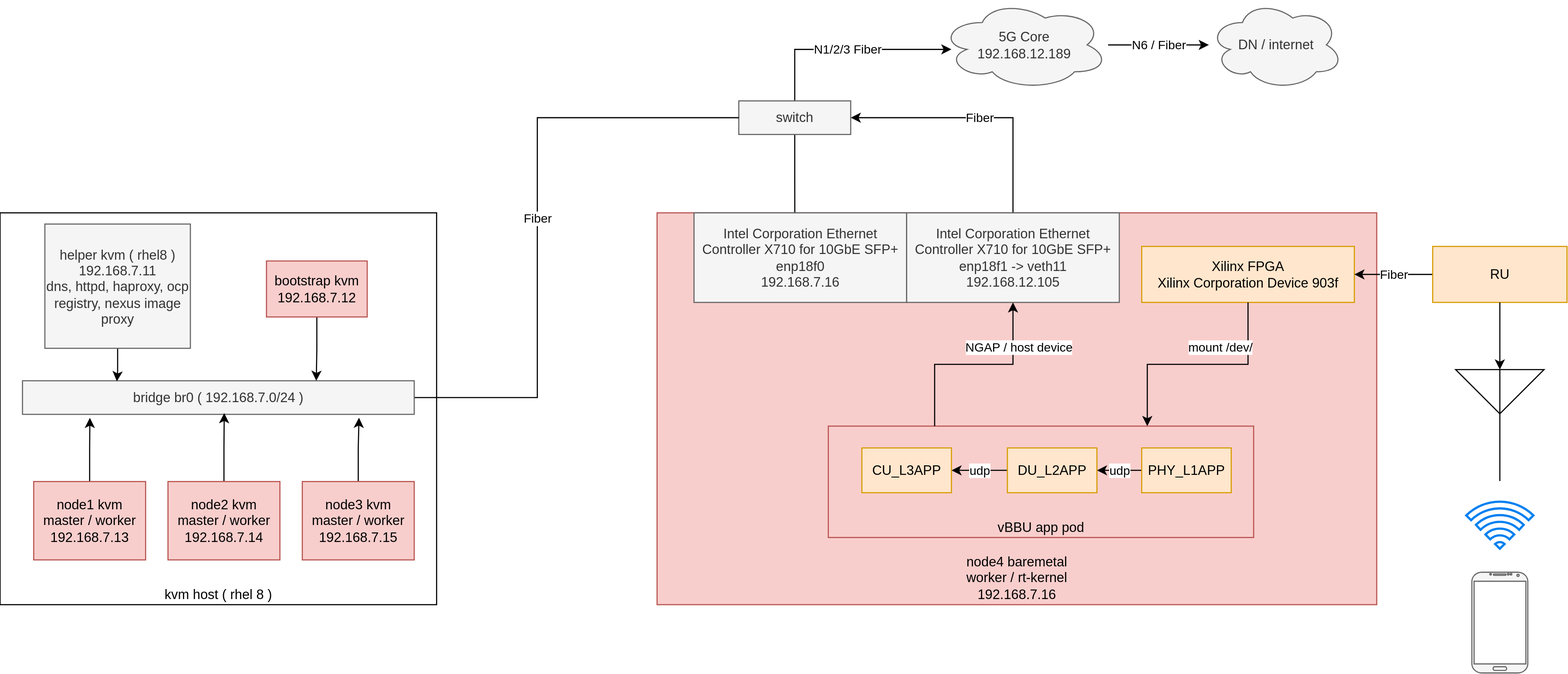
Before: redhat/ocp4/4.7/dia/4.7.real-time.kernel.drawio.svg, a diagram exported from draw.io (wangzheng422/docker_env). Source tidied: cells renumbered, new cells last; positions are measured from the earlier drawing's top-left corner, leaving out a move shared by most shapes. The source it was exported from:
```xml
<mxGraphModel>
  <root>
    <mxCell id="0" />
    <mxCell id="1" parent="0" />
    <mxCell id="2" value="kvm host ( rhel 8 )" style="rounded=0;whiteSpace=wrap;html=1;verticalAlign=bottom;" parent="1" vertex="1">
      <mxGeometry y="190" width="390" height="350" as="geometry" />
    </mxCell>
    <mxCell id="3" value="node4 baremetal&lt;br&gt;worker / rt-kernel&lt;br&gt;192.168.7.16" style="rounded=0;whiteSpace=wrap;html=1;verticalAlign=bottom;fillColor=#f8cecc;strokeColor=#b85450;" parent="1" vertex="1">
      <mxGeometry x="587" y="190" width="643" height="350" as="geometry" />
    </mxCell>
    <mxCell id="4" value="vBBU app pod" style="rounded=0;whiteSpace=wrap;html=1;verticalAlign=bottom;fillColor=#f8cecc;strokeColor=#b85450;" parent="1" vertex="1">
      <mxGeometry x="740" y="380.5" width="380" height="99.5" as="geometry" />
    </mxCell>
    <mxCell id="5" value="N6 / Fiber" style="edgeStyle=orthogonalEdgeStyle;rounded=0;jettySize=auto;html=1;" parent="1" edge="1" source="6" target="22">
      <mxGeometry relative="1" as="geometry" />
    </mxCell>
    <mxCell id="6" value="5G Core&lt;br&gt;192.168.12.189" style="ellipse;shape=cloud;whiteSpace=wrap;html=1;fillColor=#f5f5f5;strokeColor=#666666;fontColor=#333333;" parent="1" vertex="1">
      <mxGeometry x="840" width="150" height="80" as="geometry" />
    </mxCell>
    <mxCell id="7" value="Fiber" style="edgeStyle=orthogonalEdgeStyle;rounded=0;jettySize=auto;html=1;entryX=1;entryY=0.5;entryDx=0;entryDy=0;exitX=0.5;exitY=0;exitDx=0;exitDy=0;" parent="1" edge="1" source="26" target="10">
      <mxGeometry relative="1" as="geometry" />
    </mxCell>
    <mxCell id="8" style="edgeStyle=orthogonalEdgeStyle;rounded=0;jettySize=auto;html=1;entryX=0.474;entryY=0;entryDx=0;entryDy=0;entryPerimeter=0;endArrow=none;endFill=0;" parent="1" edge="1" source="10" target="25">
      <mxGeometry relative="1" as="geometry" />
    </mxCell>
    <mxCell id="9" value="N1/2/3 Fiber" style="edgeStyle=orthogonalEdgeStyle;rounded=0;jettySize=auto;html=1;endArrow=classic;endFill=1;" parent="1" edge="1" source="10">
      <mxGeometry relative="1" as="geometry">
        <mxPoint x="850" y="44" as="targetPoint" />
        <Array as="points">
          <mxPoint x="710" y="44" />
        </Array>
      </mxGeometry>
    </mxCell>
    <mxCell id="10" value="switch" style="rounded=0;whiteSpace=wrap;html=1;fillColor=#f5f5f5;strokeColor=#666666;fontColor=#333333;" parent="1" vertex="1">
      <mxGeometry x="660" y="90" width="100" height="30" as="geometry" />
    </mxCell>
    <mxCell id="11" value="Untitled Layer" parent="0" />
    <mxCell id="12" value="Fiber" style="edgeStyle=orthogonalEdgeStyle;rounded=0;jettySize=auto;html=1;endArrow=none;endFill=0;entryX=0;entryY=0.5;entryDx=0;entryDy=0;" parent="11" edge="1" source="13" target="10">
      <mxGeometry relative="1" as="geometry">
        <Array as="points">
          <mxPoint x="480" y="355" />
          <mxPoint x="480" y="105" />
        </Array>
      </mxGeometry>
    </mxCell>
    <mxCell id="13" value="bridge br0 ( 192.168.7.0/24 )" style="rounded=0;whiteSpace=wrap;html=1;fillColor=#f5f5f5;strokeColor=#666666;fontColor=#333333;" parent="11" vertex="1">
      <mxGeometry x="20" y="340" width="350" height="30" as="geometry" />
    </mxCell>
    <mxCell id="14" style="edgeStyle=orthogonalEdgeStyle;rounded=0;jettySize=auto;html=1;entryX=0.241;entryY=0.017;entryDx=0;entryDy=0;entryPerimeter=0;" parent="11" edge="1" source="15" target="13">
      <mxGeometry relative="1" as="geometry" />
    </mxCell>
    <mxCell id="15" value="helper kvm ( rhel8 )&lt;br&gt;192.168.7.11&lt;br&gt;dns, httpd, haproxy, ocp registry, nexus image proxy" style="rounded=0;whiteSpace=wrap;html=1;fillColor=#f5f5f5;strokeColor=#666666;fontColor=#333333;" parent="11" vertex="1">
      <mxGeometry x="40" y="200" width="130" height="111" as="geometry" />
    </mxCell>
    <mxCell id="16" style="edgeStyle=orthogonalEdgeStyle;rounded=0;jettySize=auto;html=1;entryX=0.75;entryY=0;entryDx=0;entryDy=0;" parent="11" edge="1" source="17" target="13">
      <mxGeometry relative="1" as="geometry" />
    </mxCell>
    <mxCell id="17" value="bootstrap kvm&lt;br&gt;192.168.7.12" style="rounded=0;whiteSpace=wrap;html=1;fillColor=#f8cecc;strokeColor=#b85450;" parent="11" vertex="1">
      <mxGeometry x="238" y="233" width="90" height="50" as="geometry" />
    </mxCell>
    <mxCell id="18" style="edgeStyle=orthogonalEdgeStyle;rounded=0;jettySize=auto;html=1;entryX=0.172;entryY=1.103;entryDx=0;entryDy=0;entryPerimeter=0;" parent="11" edge="1" source="19" target="13">
      <mxGeometry relative="1" as="geometry" />
    </mxCell>
    <mxCell id="19" value="node1 kvm&lt;br&gt;master / worker&lt;br&gt;192.168.7.13" style="rounded=0;whiteSpace=wrap;html=1;fillColor=#f8cecc;strokeColor=#b85450;" parent="11" vertex="1">
      <mxGeometry x="30" y="430" width="100" height="70" as="geometry" />
    </mxCell>
    <mxCell id="20" style="edgeStyle=orthogonalEdgeStyle;rounded=0;jettySize=auto;html=1;entryX=0.515;entryY=0.962;entryDx=0;entryDy=0;entryPerimeter=0;" parent="11" edge="1" source="21" target="13">
      <mxGeometry relative="1" as="geometry" />
    </mxCell>
    <mxCell id="21" value="node2 kvm&lt;br&gt;master / worker&lt;br&gt;192.168.7.14" style="rounded=0;whiteSpace=wrap;html=1;fillColor=#f8cecc;strokeColor=#b85450;" parent="11" vertex="1">
      <mxGeometry x="150" y="430" width="100" height="70" as="geometry" />
    </mxCell>
    <mxCell id="22" value="DN / internet" style="ellipse;shape=cloud;whiteSpace=wrap;html=1;fillColor=#f5f5f5;strokeColor=#666666;fontColor=#333333;" parent="11" vertex="1">
      <mxGeometry x="1080" width="120" height="80" as="geometry" />
    </mxCell>
    <mxCell id="23" style="edgeStyle=orthogonalEdgeStyle;rounded=0;jettySize=auto;html=1;entryX=0.859;entryY=1.1;entryDx=0;entryDy=0;entryPerimeter=0;" parent="11" edge="1" source="24" target="13">
      <mxGeometry relative="1" as="geometry" />
    </mxCell>
    <mxCell id="24" value="node3 kvm&lt;br&gt;master / worker&lt;br&gt;192.168.7.15" style="rounded=0;whiteSpace=wrap;html=1;fillColor=#f8cecc;strokeColor=#b85450;" parent="11" vertex="1">
      <mxGeometry x="270" y="430" width="100" height="70" as="geometry" />
    </mxCell>
    <mxCell id="25" value="Intel Corporation Ethernet Controller X710 for 10GbE SFP+&amp;nbsp;&lt;br&gt;&amp;nbsp; enp18f0&lt;br&gt;192.168.7.16" style="rounded=0;whiteSpace=wrap;html=1;fillColor=#f5f5f5;strokeColor=#666666;fontColor=#333333;" parent="11" vertex="1">
      <mxGeometry x="620" y="190" width="190" height="80" as="geometry" />
    </mxCell>
    <mxCell id="26" value="Intel Corporation Ethernet Controller X710 for 10GbE SFP+&amp;nbsp;&lt;br&gt;enp18f1 -&amp;gt; veth11&lt;br&gt;192.168.12.105" style="rounded=0;whiteSpace=wrap;html=1;fillColor=#f5f5f5;strokeColor=#666666;fontColor=#333333;" parent="11" vertex="1">
      <mxGeometry x="810" y="190" width="190" height="80" as="geometry" />
    </mxCell>
    <mxCell id="27" value="Xilinx FPGA&lt;br&gt;Xilinx Corporation Device 903f" style="rounded=0;whiteSpace=wrap;html=1;fillColor=#ffe6cc;strokeColor=#d79b00;" parent="11" vertex="1">
      <mxGeometry x="1020" y="220" width="190" height="50" as="geometry" />
    </mxCell>
    <mxCell id="28" value="NGAP / host device" style="edgeStyle=orthogonalEdgeStyle;rounded=0;jettySize=auto;html=1;entryX=0.5;entryY=1;entryDx=0;entryDy=0;exitX=0.25;exitY=0;exitDx=0;exitDy=0;" parent="11" edge="1" source="4" target="26">
      <mxGeometry x="0.56" y="-5" relative="1" as="geometry" />
    </mxCell>
    <mxCell id="29" value="mount /dev/" style="edgeStyle=orthogonalEdgeStyle;rounded=0;jettySize=auto;html=1;exitX=0.5;exitY=1;exitDx=0;exitDy=0;entryX=0.75;entryY=0;entryDx=0;entryDy=0;" parent="11" edge="1" source="27" target="4">
      <mxGeometry x="-0.2" y="-15" relative="1" as="geometry" />
    </mxCell>
    <mxCell id="30" value="udp" style="edgeStyle=orthogonalEdgeStyle;rounded=0;jettySize=auto;html=1;entryX=1;entryY=0.5;entryDx=0;entryDy=0;exitX=0;exitY=0.5;exitDx=0;exitDy=0;" parent="11" edge="1" source="31" target="33">
      <mxGeometry relative="1" as="geometry">
        <Array as="points">
          <mxPoint x="990" y="420" />
          <mxPoint x="990" y="420" />
        </Array>
      </mxGeometry>
    </mxCell>
    <mxCell id="31" value="PHY_L1APP" style="rounded=0;whiteSpace=wrap;html=1;verticalAlign=middle;fillColor=#ffe6cc;strokeColor=#d79b00;" parent="11" vertex="1">
      <mxGeometry x="1020" y="400" width="80" height="40" as="geometry" />
    </mxCell>
    <mxCell id="32" value="udp" style="edgeStyle=orthogonalEdgeStyle;rounded=0;jettySize=auto;html=1;entryX=1;entryY=0.5;entryDx=0;entryDy=0;exitX=0;exitY=0.5;exitDx=0;exitDy=0;" parent="11" edge="1" source="33" target="40">
      <mxGeometry relative="1" as="geometry">
        <Array as="points">
          <mxPoint x="870" y="420" />
          <mxPoint x="870" y="420" />
        </Array>
      </mxGeometry>
    </mxCell>
    <mxCell id="33" value="DU_L2APP" style="rounded=0;whiteSpace=wrap;html=1;verticalAlign=middle;fillColor=#ffe6cc;strokeColor=#d79b00;" parent="11" vertex="1">
      <mxGeometry x="900" y="400" width="80" height="40" as="geometry" />
    </mxCell>
    <mxCell id="34" style="verticalLabelPosition=bottom;verticalAlign=top;html=1;shadow=0;dashed=0;strokeWidth=1;shape=mxgraph.android.phone2;strokeColor=#666666;fillColor=#f5f5f5;fontColor=#333333;" parent="11" vertex="1">
      <mxGeometry x="1315" y="511" width="50" height="90" as="geometry" />
    </mxCell>
    <mxCell id="35" value="Fiber" style="edgeStyle=orthogonalEdgeStyle;rounded=0;jettySize=auto;html=1;entryX=1;entryY=0.5;entryDx=0;entryDy=0;" parent="11" edge="1" source="36" target="27">
      <mxGeometry relative="1" as="geometry" />
    </mxCell>
    <mxCell id="36" value="RU" style="rounded=0;whiteSpace=wrap;html=1;fillColor=#ffe6cc;strokeColor=#d79b00;" parent="11" vertex="1">
      <mxGeometry x="1280" y="220" width="120" height="50" as="geometry" />
    </mxCell>
    <mxCell id="37" style="edgeStyle=orthogonalEdgeStyle;rounded=0;jettySize=auto;html=1;" parent="11" edge="1" source="36">
      <mxGeometry relative="1" as="geometry">
        <mxPoint x="1340" y="330" as="targetPoint" />
      </mxGeometry>
    </mxCell>
    <mxCell id="38" style="verticalLabelPosition=bottom;shadow=0;dashed=0;align=center;html=1;verticalAlign=top;shape=mxgraph.electrical.radio.aerial_-_antenna_2;" parent="11" vertex="1">
      <mxGeometry x="1300.5" y="329.5" width="79" height="100" as="geometry" />
    </mxCell>
    <mxCell id="39" style="html=1;verticalLabelPosition=bottom;align=center;labelBackgroundColor=#ffffff;verticalAlign=top;strokeWidth=2;strokeColor=#0080F0;shadow=0;dashed=0;shape=mxgraph.ios7.icons.wifi;" parent="11" vertex="1">
      <mxGeometry x="1310" y="448" width="60" height="42" as="geometry" />
    </mxCell>
    <mxCell id="40" value="CU_L3APP" style="rounded=0;whiteSpace=wrap;html=1;verticalAlign=middle;fillColor=#ffe6cc;strokeColor=#d79b00;" parent="11" vertex="1">
      <mxGeometry x="770" y="400" width="80" height="40" as="geometry" />
    </mxCell>
  </root>
</mxGraphModel>
```
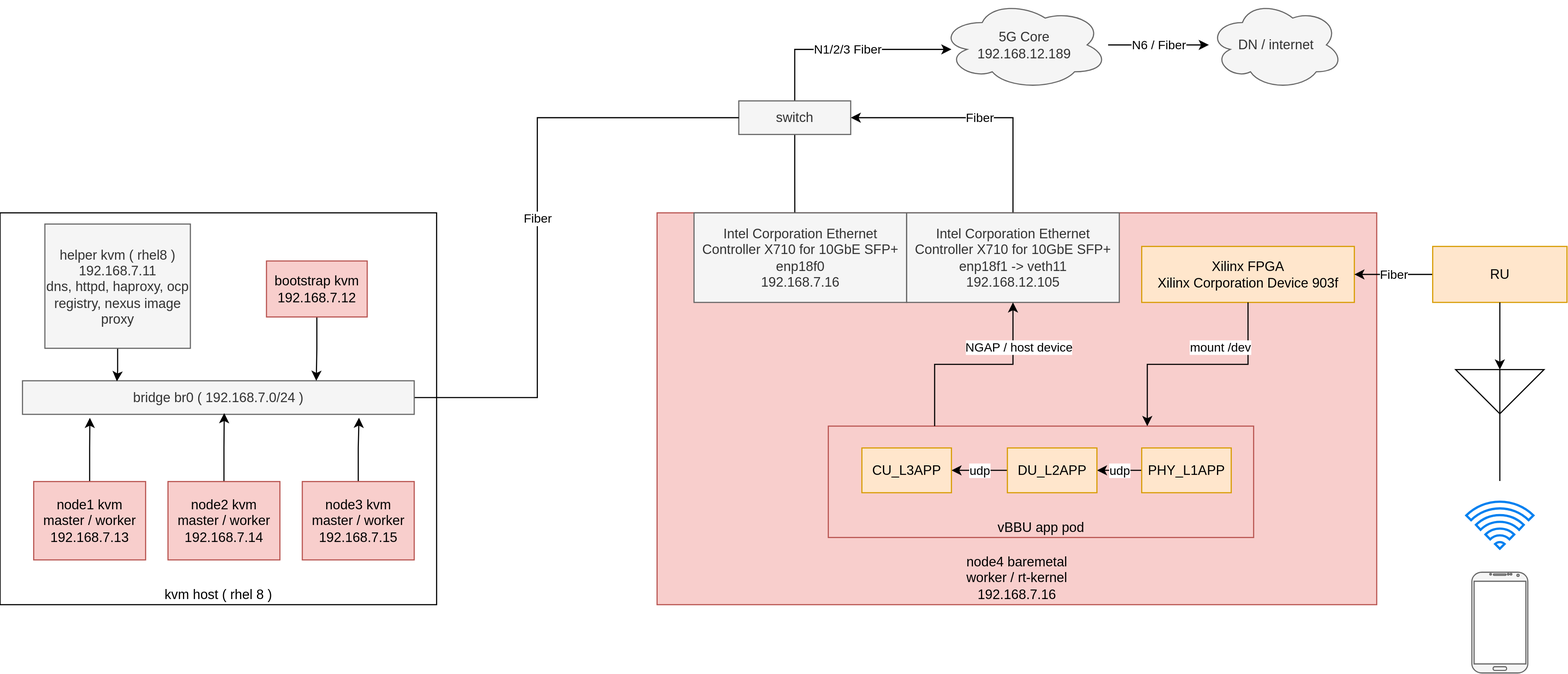
After the change.

What changed in the source:
```diff
@@ -91,7 +91,7 @@
     <mxCell id="28" value="NGAP / host device" style="edgeStyle=orthogonalEdgeStyle;rounded=0;jettySize=auto;html=1;entryX=0.5;entryY=1;entryDx=0;entryDy=0;exitX=0.25;exitY=0;exitDx=0;exitDy=0;" parent="11" edge="1" source="4" target="26">
       <mxGeometry x="0.56" y="-5" relative="1" as="geometry" />
     </mxCell>
-    <mxCell id="29" value="mount /dev/" style="edgeStyle=orthogonalEdgeStyle;rounded=0;jettySize=auto;html=1;exitX=0.5;exitY=1;exitDx=0;exitDy=0;entryX=0.75;entryY=0;entryDx=0;entryDy=0;" parent="11" edge="1" source="27" target="4">
+    <mxCell id="29" value="mount /dev" style="edgeStyle=orthogonalEdgeStyle;rounded=0;jettySize=auto;html=1;exitX=0.5;exitY=1;exitDx=0;exitDy=0;entryX=0.75;entryY=0;entryDx=0;entryDy=0;" parent="11" edge="1" source="27" target="4">
       <mxGeometry x="-0.2" y="-15" relative="1" as="geometry" />
     </mxCell>
     <mxCell id="30" value="udp" style="edgeStyle=orthogonalEdgeStyle;rounded=0;jettySize=auto;html=1;entryX=1;entryY=0.5;entryDx=0;entryDy=0;exitX=0;exitY=0.5;exitDx=0;exitDy=0;" parent="11" edge="1" source="31" target="33">
```
